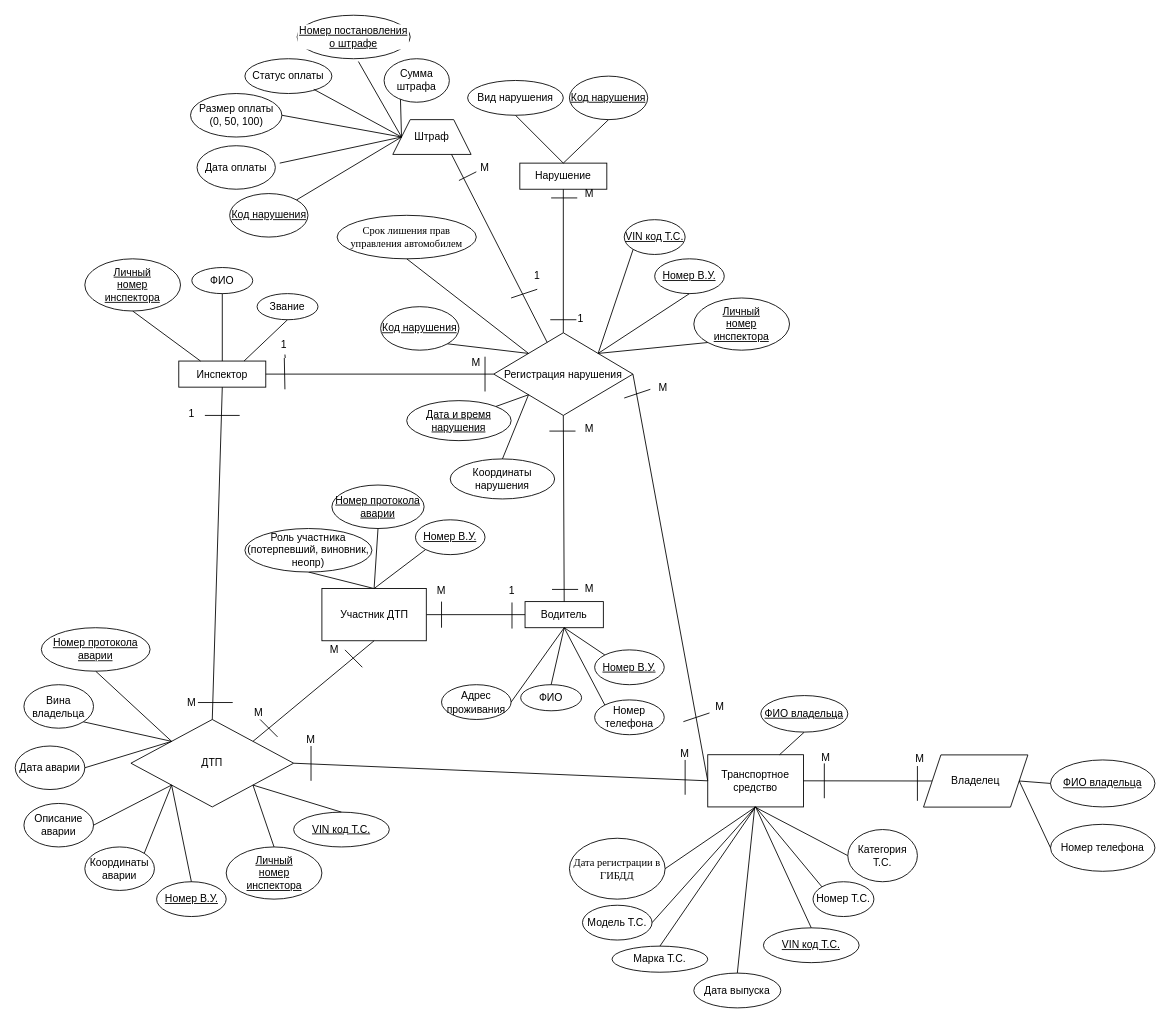
GAIshnik02/dbLab2 keeps this draw.io diagram as Диаграмма без названия.drawio. Above is the earlier version. Source tidied: cells renumbered, new cells numbered last; positions are measured from the earlier drawing's top-left corner, leaving out a move shared by most shapes. Both pictures are drawn from the tidied source at 87%, with x=0, y=0 at pixel (15, 15).
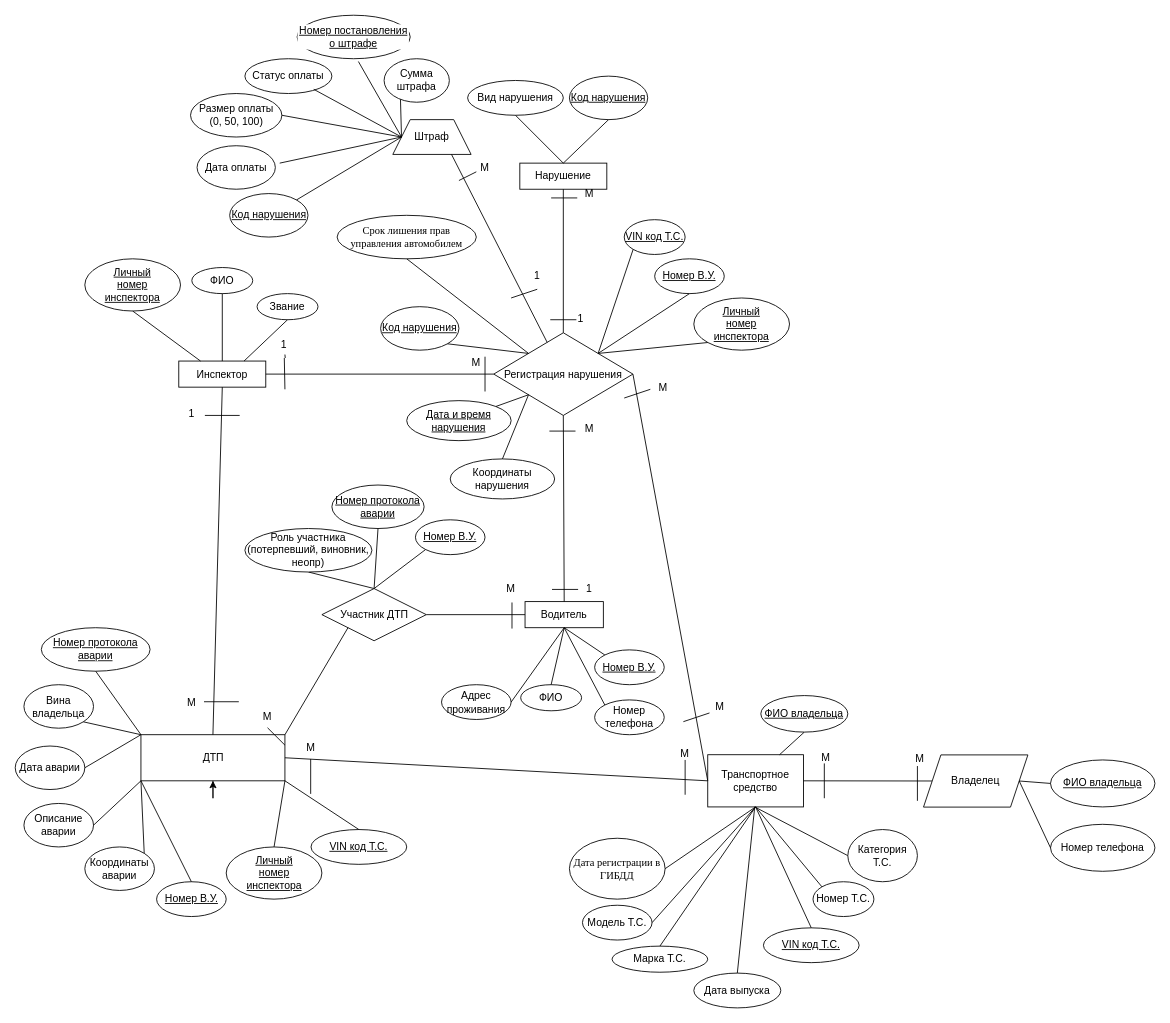
The same page after the edit.

Diff of the diagram source:
```diff
@@
-    <mxCell id="61" value="ДТП" style="rhombus;whiteSpace=wrap;html=1;" parent="1" vertex="1">
-      <mxGeometry x="133" y="809.5" width="187" height="100.5" as="geometry" />
+    <mxCell id="61" value="ДТП" style="rounded=+0;whiteSpace=wrap;html=1;" parent="1" vertex="1">
+      <mxGeometry x="144.5" y="827" width="165.5" height="53" as="geometry" />
     </mxCell>
@@
     <mxCell id="79" value="VIN код Т.С." style="ellipse;whiteSpace=wrap;html=1;fontStyle=4;" parent="1" vertex="1">
-      <mxGeometry x="320" y="916" width="110" height="40" as="geometry" />
+      <mxGeometry x="340" y="936" width="110" height="40" as="geometry" />
     </mxCell>
@@
-    <mxCell id="102" value="Участник ДТП" style="rounded=0;whiteSpace=wrap;html=1;" parent="1" vertex="1">
+    <mxCell id="102" value="Участник ДТП" style="rhombus;whiteSpace=wrap;html=1;" parent="1" vertex="1">
       <mxGeometry x="352.5" y="659" width="120" height="60" as="geometry" />
     </mxCell>
-    <mxCell id="103" style="endArrow=none;html=1;rounded=0;exitX=1;exitY=0;exitDx=0;exitDy=0;entryX=0.5;entryY=1;entryDx=0;entryDy=0;" parent="1" edge="1" source="61" target="102">
+    <mxCell id="103" style="endArrow=none;html=1;rounded=0;exitX=1;exitY=0;exitDx=0;exitDy=0;entryX=0;entryY=1;entryDx=0;entryDy=0;" parent="1" edge="1" source="61" target="102">
       <mxGeometry relative="1" as="geometry" />
     </mxCell>
@@
     <mxCell id="108" style="endArrow=none;html=1;rounded=0;" parent="1" edge="1">
       <mxGeometry relative="1" as="geometry">
-        <mxPoint x="340" y="880" as="sourcePoint" />
-        <mxPoint x="340" y="840" as="targetPoint" />
+        <mxPoint x="339.6" y="895" as="sourcePoint" />
+        <mxPoint x="339.6" y="855" as="targetPoint" />
       </mxGeometry>
     </mxCell>
@@
     <mxCell id="112" style="endArrow=none;html=1;rounded=0;" parent="1" edge="1">
       <mxGeometry relative="1" as="geometry">
-        <mxPoint x="281.5" y="809.5" as="sourcePoint" />
-        <mxPoint x="301.5" y="829.5" as="targetPoint" />
+        <mxPoint x="290" y="819" as="sourcePoint" />
+        <mxPoint x="310" y="839" as="targetPoint" />
       </mxGeometry>
     </mxCell>
-    <mxCell id="113" style="endArrow=none;html=1;rounded=0;" parent="1" edge="1">
-      <mxGeometry relative="1" as="geometry">
-        <mxPoint x="379" y="729.5" as="sourcePoint" />
-        <mxPoint x="399" y="749.5" as="targetPoint" />
-      </mxGeometry>
-    </mxCell>
-    <mxCell id="114" style="endArrow=none;html=1;rounded=0;" parent="1" edge="1">
-      <mxGeometry relative="1" as="geometry">
-        <mxPoint x="490" y="704" as="sourcePoint" />
-        <mxPoint x="490" y="674" as="targetPoint" />
-      </mxGeometry>
-    </mxCell>
@@
     <mxCell id="126" style="endArrow=none;html=1;rounded=0;" parent="1" edge="1">
       <mxGeometry relative="1" as="geometry">
-        <mxPoint x="210" y="790" as="sourcePoint" />
-        <mxPoint x="250" y="790" as="targetPoint" />
+        <mxPoint x="217" y="789.1" as="sourcePoint" />
+        <mxPoint x="257" y="789.1" as="targetPoint" />
       </mxGeometry>
     </mxCell>
@@
     <mxCell id="131" value="M" style="text;strokeColor=none;align=center;fillColor=none;html=1;verticalAlign=middle;whiteSpace=wrap;rounded=0;" parent="1" vertex="1">
-      <mxGeometry x="310" y="817.5" width="60" height="30" as="geometry" />
+      <mxGeometry x="310" y="827" width="60" height="30" as="geometry" />
     </mxCell>
@@
-    <mxCell id="135" value="M" style="text;strokeColor=none;align=center;fillColor=none;html=1;verticalAlign=middle;whiteSpace=wrap;rounded=0;" parent="1" vertex="1">
+    <mxCell id="135" value="1" style="text;strokeColor=none;align=center;fillColor=none;html=1;verticalAlign=middle;whiteSpace=wrap;rounded=0;" parent="1" vertex="1">
       <mxGeometry x="630" y="644" width="60" height="30" as="geometry" />
     </mxCell>
@@
-    <mxCell id="140" value="1" style="text;strokeColor=none;align=center;fillColor=none;html=1;verticalAlign=middle;whiteSpace=wrap;rounded=0;" parent="1" vertex="1">
-      <mxGeometry x="541" y="647" width="60" height="30" as="geometry" />
-    </mxCell>
     <mxCell id="141" value="M" style="text;strokeColor=none;align=center;fillColor=none;html=1;verticalAlign=middle;whiteSpace=wrap;rounded=0;" parent="1" vertex="1">
-      <mxGeometry x="460" y="647" width="60" height="30" as="geometry" />
+      <mxGeometry x="540" y="644" width="60" height="30" as="geometry" />
     </mxCell>
-    <mxCell id="142" value="M" style="text;strokeColor=none;align=center;fillColor=none;html=1;verticalAlign=middle;whiteSpace=wrap;rounded=0;" parent="1" vertex="1">
-      <mxGeometry x="250" y="787" width="60" height="30" as="geometry" />
-    </mxCell>
     <mxCell id="143" value="M" style="text;strokeColor=none;align=center;fillColor=none;html=1;verticalAlign=middle;whiteSpace=wrap;rounded=0;" parent="1" vertex="1">
-      <mxGeometry x="336.5" y="714" width="60" height="30" as="geometry" />
+      <mxGeometry x="260" y="792" width="60" height="30" as="geometry" />
     </mxCell>
```
